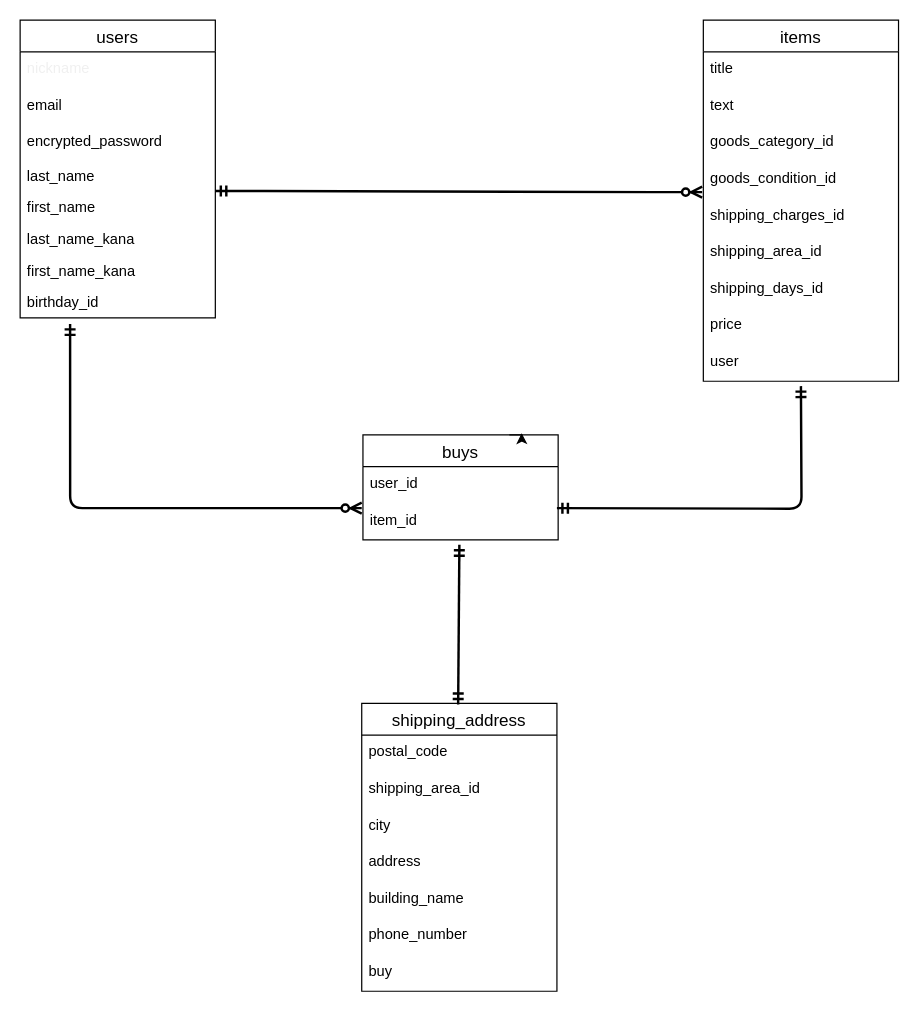
This is furima-33349.dio from megumiitou/furima-33349, a draw.io file, before an edit. Source tidied: cells renumbered, new cells numbered last; positions are measured from the earlier drawing's top-left corner, leaving out a move shared by most shapes. Both pictures are drawn from the tidied source at 122%, with x=0, y=0 at pixel (20, 20).
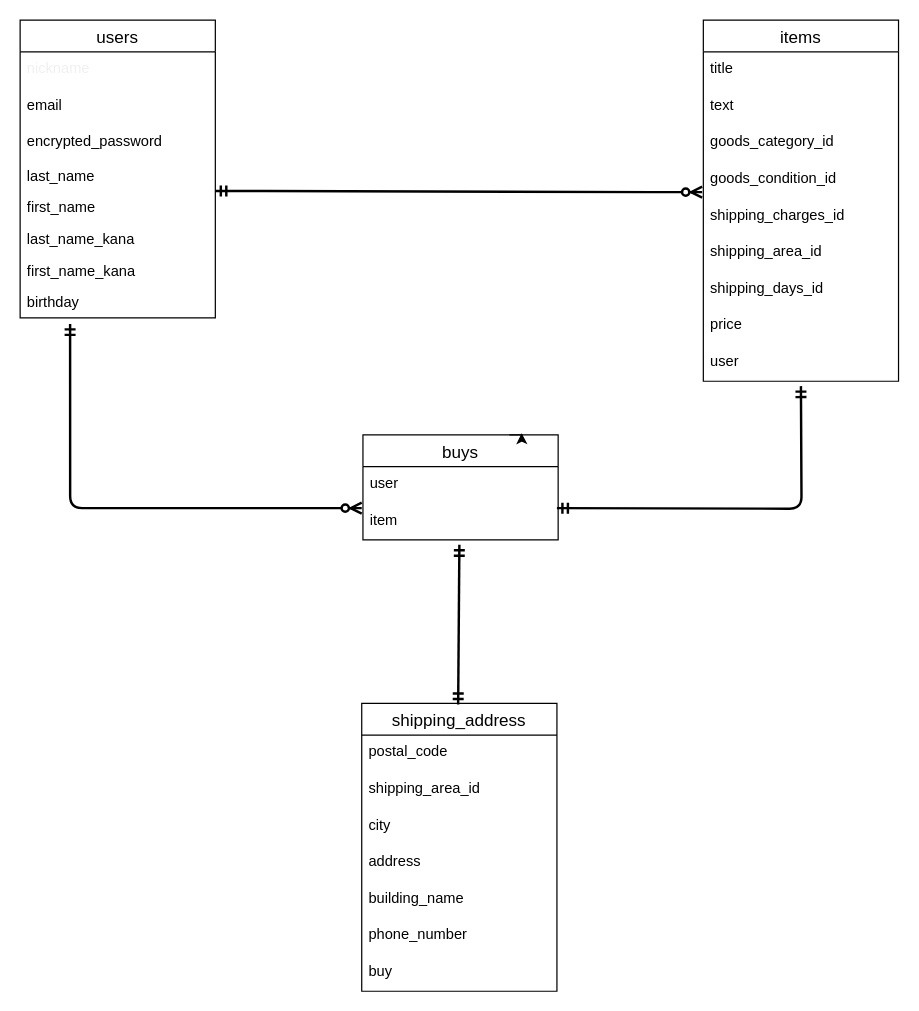
After the change.

The change refers to these unchanged cells:
```xml
<mxCell id="2" value="users" style="swimlane;fontStyle=0;horizontal=1;startSize=26;align=center;fontSize=14;" parent="1" vertex="1">
  <mxGeometry width="160" height="244" as="geometry" />
</mxCell>
<mxCell id="21" value="buys" style="swimlane;fontStyle=0;horizontal=1;startSize=26;align=center;fontSize=14;" parent="1" vertex="1">
  <mxGeometry x="281" y="340" width="160" height="86" as="geometry" />
</mxCell>
```

What changed in the source:
```diff
@@
-    <mxCell id="10" value="birthday_id" style="text;strokeColor=none;fillColor=none;spacingLeft=4;spacingRight=4;overflow=hidden;points=[[0,0.5],[1,0.5]];portConstraint=eastwest;fontSize=12;" parent="2" vertex="1">
+    <mxCell id="10" value="birthday" style="text;strokeColor=none;fillColor=none;spacingLeft=4;spacingRight=4;overflow=hidden;points=[[0,0.5],[1,0.5]];portConstraint=eastwest;fontSize=12;" parent="2" vertex="1">
       <mxGeometry y="218" width="160" height="26" as="geometry" />
     </mxCell>
@@
-    <mxCell id="22" value="user_id" style="text;strokeColor=none;fillColor=none;spacingLeft=4;spacingRight=4;overflow=hidden;fontSize=12;" parent="21" vertex="1">
+    <mxCell id="22" value="user" style="text;strokeColor=none;fillColor=none;spacingLeft=4;spacingRight=4;overflow=hidden;fontSize=12;" parent="21" vertex="1">
       <mxGeometry y="26" width="160" height="30" as="geometry" />
     </mxCell>
-    <mxCell id="23" value="item_id" style="text;strokeColor=none;fillColor=none;spacingLeft=4;spacingRight=4;overflow=hidden;points=[[0,0.5],[1,0.5]];portConstraint=eastwest;fontSize=12;" parent="21" vertex="1">
+    <mxCell id="23" value="item" style="text;strokeColor=none;fillColor=none;spacingLeft=4;spacingRight=4;overflow=hidden;points=[[0,0.5],[1,0.5]];portConstraint=eastwest;fontSize=12;" parent="21" vertex="1">
       <mxGeometry y="56" width="160" height="30" as="geometry" />
     </mxCell>
```
